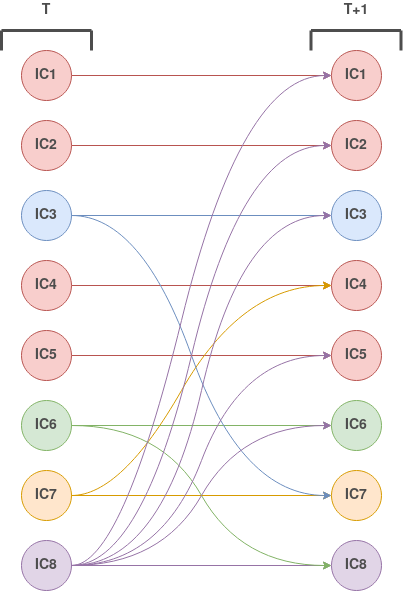
Above: res/brain_model.png in nihil21/neural-connectivity-bayesnet (draw.io), before the change. Source tidied: cells renumbered, new cells last; positions are measured from the earlier drawing's top-left corner, leaving out a move shared by most shapes.
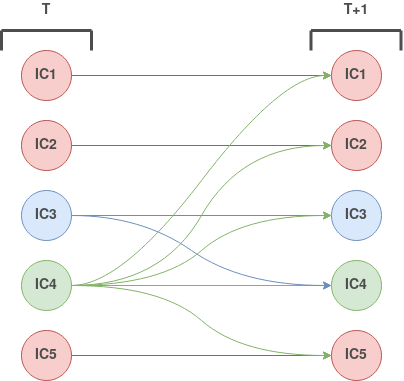
The same file after the commit.

What changed in the source:
```diff
@@ -14,10 +14,10 @@
     <mxCell id="5" value="&lt;div&gt;&lt;font style=&quot;font-size: 14px&quot; color=&quot;#4D4D4D&quot;&gt;&lt;b&gt;IC2&lt;/b&gt;&lt;/font&gt;&lt;/div&gt;" style="ellipse;whiteSpace=wrap;html=1;fillColor=#f8cecc;strokeColor=#b85450;" parent="1" vertex="1">
       <mxGeometry x="20" y="120" width="50" height="50" as="geometry" />
     </mxCell>
-    <mxCell id="6" style="edgeStyle=orthogonalEdgeStyle;rounded=0;jettySize=auto;html=1;exitX=1;exitY=0.5;exitDx=0;exitDy=0;entryX=0;entryY=0.5;entryDx=0;entryDy=0;fontColor=#FFFFFF;fillColor=#f8cecc;strokeColor=#b85450;" parent="1" edge="1" source="7" target="20">
+    <mxCell id="6" style="edgeStyle=orthogonalEdgeStyle;rounded=0;jettySize=auto;html=1;exitX=1;exitY=0.5;exitDx=0;exitDy=0;entryX=0;entryY=0.5;entryDx=0;entryDy=0;fontColor=#FFFFFF;fillColor=#d5e8d4;strokeColor=#82b366;" parent="1" edge="1" source="7" target="20">
       <mxGeometry relative="1" as="geometry" />
     </mxCell>
-    <mxCell id="7" value="&lt;font style=&quot;font-size: 14px&quot; color=&quot;#4D4D4D&quot;&gt;&lt;b&gt;IC4&lt;/b&gt;&lt;/font&gt;" style="ellipse;whiteSpace=wrap;html=1;fillColor=#f8cecc;strokeColor=#b85450;" parent="1" vertex="1">
+    <mxCell id="7" value="&lt;font style=&quot;font-size: 14px&quot; color=&quot;#4D4D4D&quot;&gt;&lt;b&gt;IC4&lt;/b&gt;&lt;/font&gt;" style="ellipse;whiteSpace=wrap;html=1;fillColor=#d5e8d4;strokeColor=#82b366;" parent="1" vertex="1">
       <mxGeometry x="20" y="260" width="50" height="50" as="geometry" />
     </mxCell>
     <mxCell id="8" style="edgeStyle=orthogonalEdgeStyle;rounded=0;jettySize=auto;html=1;exitX=1;exitY=0.5;exitDx=0;exitDy=0;entryX=0;entryY=0.5;entryDx=0;entryDy=0;fontColor=#FFFFFF;fillColor=#dae8fc;strokeColor=#6c8ebf;" parent="1" edge="1" source="9" target="21">
@@ -26,54 +26,27 @@
     <mxCell id="9" value="&lt;font style=&quot;font-size: 14px&quot; color=&quot;#4D4D4D&quot;&gt;&lt;b&gt;IC3&lt;/b&gt;&lt;/font&gt;" style="ellipse;whiteSpace=wrap;html=1;fillColor=#dae8fc;strokeColor=#6c8ebf;" parent="1" vertex="1">
       <mxGeometry x="20" y="190" width="50" height="50" as="geometry" />
     </mxCell>
-    <mxCell id="10" style="edgeStyle=orthogonalEdgeStyle;rounded=0;jettySize=auto;html=1;exitX=1;exitY=0.5;exitDx=0;exitDy=0;entryX=0;entryY=0.5;entryDx=0;entryDy=0;fontColor=#FFFFFF;fillColor=#d5e8d4;strokeColor=#82b366;" parent="1" edge="1" source="11" target="22">
-      <mxGeometry relative="1" as="geometry" />
-    </mxCell>
-    <mxCell id="11" value="&lt;font style=&quot;font-size: 14px&quot; color=&quot;#4D4D4D&quot;&gt;&lt;b&gt;IC6&lt;/b&gt;&lt;/font&gt;" style="ellipse;whiteSpace=wrap;html=1;fillColor=#d5e8d4;strokeColor=#82b366;" parent="1" vertex="1">
-      <mxGeometry x="20" y="400" width="50" height="50" as="geometry" />
-    </mxCell>
     <mxCell id="12" style="edgeStyle=orthogonalEdgeStyle;rounded=0;jettySize=auto;html=1;exitX=1;exitY=0.5;exitDx=0;exitDy=0;entryX=0;entryY=0.5;entryDx=0;entryDy=0;fontColor=#FFFFFF;fillColor=#f8cecc;strokeColor=#b85450;" parent="1" edge="1" source="13" target="23">
       <mxGeometry relative="1" as="geometry" />
     </mxCell>
     <mxCell id="13" value="&lt;font style=&quot;font-size: 14px&quot; color=&quot;#4D4D4D&quot;&gt;&lt;b&gt;IC5&lt;/b&gt;&lt;/font&gt;" style="ellipse;whiteSpace=wrap;html=1;fillColor=#f8cecc;strokeColor=#b85450;" parent="1" vertex="1">
       <mxGeometry x="20" y="330" width="50" height="50" as="geometry" />
     </mxCell>
-    <mxCell id="14" style="edgeStyle=orthogonalEdgeStyle;rounded=0;jettySize=auto;html=1;exitX=1;exitY=0.5;exitDx=0;exitDy=0;entryX=0;entryY=0.5;entryDx=0;entryDy=0;fontColor=#FFFFFF;fillColor=#ffe6cc;strokeColor=#d79b00;" parent="1" edge="1" source="15" target="24">
-      <mxGeometry relative="1" as="geometry" />
-    </mxCell>
-    <mxCell id="15" value="&lt;font style=&quot;font-size: 14px&quot; color=&quot;#4D4D4D&quot;&gt;&lt;b&gt;IC7&lt;/b&gt;&lt;/font&gt;" style="ellipse;whiteSpace=wrap;html=1;fillColor=#ffe6cc;strokeColor=#d79b00;" parent="1" vertex="1">
-      <mxGeometry x="20" y="470" width="50" height="50" as="geometry" />
-    </mxCell>
-    <mxCell id="16" style="edgeStyle=orthogonalEdgeStyle;rounded=0;jettySize=auto;html=1;exitX=1;exitY=0.5;exitDx=0;exitDy=0;entryX=0;entryY=0.5;entryDx=0;entryDy=0;fontColor=#FFFFFF;fillColor=#e1d5e7;strokeColor=#9673a6;" parent="1" edge="1" source="17" target="25">
-      <mxGeometry relative="1" as="geometry" />
-    </mxCell>
-    <mxCell id="17" value="&lt;font style=&quot;font-size: 14px&quot; color=&quot;#4D4D4D&quot;&gt;&lt;b&gt;IC8&lt;/b&gt;&lt;/font&gt;" style="ellipse;whiteSpace=wrap;html=1;fillColor=#e1d5e7;strokeColor=#9673a6;" parent="1" vertex="1">
-      <mxGeometry x="20" y="540" width="50" height="50" as="geometry" />
-    </mxCell>
     <mxCell id="18" value="&lt;font style=&quot;font-size: 14px&quot; color=&quot;#4D4D4D&quot;&gt;&lt;b&gt;IC1&lt;/b&gt;&lt;/font&gt;" style="ellipse;whiteSpace=wrap;html=1;strokeWidth=1;fillColor=#f8cecc;strokeColor=#b85450;" parent="1" vertex="1">
       <mxGeometry x="330" y="50" width="50" height="50" as="geometry" />
     </mxCell>
     <mxCell id="19" value="&lt;div&gt;&lt;font style=&quot;font-size: 14px&quot; color=&quot;#4D4D4D&quot;&gt;&lt;b&gt;IC2&lt;/b&gt;&lt;/font&gt;&lt;/div&gt;" style="ellipse;whiteSpace=wrap;html=1;fillColor=#f8cecc;strokeColor=#b85450;" parent="1" vertex="1">
       <mxGeometry x="330" y="120" width="50" height="50" as="geometry" />
     </mxCell>
-    <mxCell id="20" value="&lt;font style=&quot;font-size: 14px&quot; color=&quot;#4D4D4D&quot;&gt;&lt;b&gt;IC4&lt;/b&gt;&lt;/font&gt;" style="ellipse;whiteSpace=wrap;html=1;fillColor=#f8cecc;strokeColor=#b85450;" parent="1" vertex="1">
+    <mxCell id="20" value="&lt;font style=&quot;font-size: 14px&quot; color=&quot;#4D4D4D&quot;&gt;&lt;b&gt;IC4&lt;/b&gt;&lt;/font&gt;" style="ellipse;whiteSpace=wrap;html=1;fillColor=#d5e8d4;strokeColor=#82b366;" parent="1" vertex="1">
       <mxGeometry x="330" y="260" width="50" height="50" as="geometry" />
     </mxCell>
     <mxCell id="21" value="&lt;font style=&quot;font-size: 14px&quot; color=&quot;#4D4D4D&quot;&gt;&lt;b&gt;IC3&lt;/b&gt;&lt;/font&gt;" style="ellipse;whiteSpace=wrap;html=1;fillColor=#dae8fc;strokeColor=#6c8ebf;" parent="1" vertex="1">
       <mxGeometry x="330" y="190" width="50" height="50" as="geometry" />
     </mxCell>
-    <mxCell id="22" value="&lt;font style=&quot;font-size: 14px&quot; color=&quot;#4D4D4D&quot;&gt;&lt;b&gt;IC6&lt;/b&gt;&lt;/font&gt;" style="ellipse;whiteSpace=wrap;html=1;fillColor=#d5e8d4;strokeColor=#82b366;" parent="1" vertex="1">
-      <mxGeometry x="330" y="400" width="50" height="50" as="geometry" />
-    </mxCell>
     <mxCell id="23" value="&lt;font style=&quot;font-size: 14px&quot; color=&quot;#4D4D4D&quot;&gt;&lt;b&gt;IC5&lt;/b&gt;&lt;/font&gt;" style="ellipse;whiteSpace=wrap;html=1;fillColor=#f8cecc;strokeColor=#b85450;" parent="1" vertex="1">
       <mxGeometry x="330" y="330" width="50" height="50" as="geometry" />
     </mxCell>
-    <mxCell id="24" value="&lt;font style=&quot;font-size: 14px&quot; color=&quot;#4D4D4D&quot;&gt;&lt;b&gt;IC7&lt;/b&gt;&lt;/font&gt;" style="ellipse;whiteSpace=wrap;html=1;fillColor=#ffe6cc;strokeColor=#d79b00;" parent="1" vertex="1">
-      <mxGeometry x="330" y="470" width="50" height="50" as="geometry" />
-    </mxCell>
-    <mxCell id="25" value="&lt;font style=&quot;font-size: 14px&quot; color=&quot;#4D4D4D&quot;&gt;&lt;b&gt;IC8&lt;/b&gt;&lt;/font&gt;" style="ellipse;whiteSpace=wrap;html=1;fillColor=#e1d5e7;strokeColor=#9673a6;" parent="1" vertex="1">
-      <mxGeometry x="330" y="540" width="50" height="50" as="geometry" />
-    </mxCell>
     <mxCell id="26" style="endArrow=none;html=1;strokeWidth=3;fontColor=#4D4D4D;strokeColor=#4D4D4D;" parent="1" edge="1">
       <mxGeometry relative="1" as="geometry">
         <mxPoint y="50" as="sourcePoint" />
@@ -116,69 +89,45 @@
     <mxCell id="33" value="&lt;font style=&quot;font-size: 14px&quot;&gt;&lt;b&gt;T&lt;/b&gt;&lt;/font&gt;&lt;b&gt;&lt;font style=&quot;font-size: 14px&quot;&gt;+1&lt;/font&gt;&lt;/b&gt;" style="text;html=1;strokeColor=none;fillColor=none;align=center;verticalAlign=middle;whiteSpace=wrap;rounded=0;fontColor=#4D4D4D;" parent="1" vertex="1">
       <mxGeometry x="335" width="40" height="20" as="geometry" />
     </mxCell>
-    <mxCell id="34" style="curved=1;endArrow=classic;html=1;exitX=1;exitY=0.5;exitDx=0;exitDy=0;entryX=0;entryY=0.5;entryDx=0;entryDy=0;fillColor=#ffe6cc;strokeColor=#d79b00;" parent="1" edge="1" source="15" target="20">
-      <mxGeometry relative="1" as="geometry">
-        <Array as="points">
-          <mxPoint x="120" y="495" />
-          <mxPoint x="240" y="285" />
-        </Array>
-      </mxGeometry>
-    </mxCell>
-    <mxCell id="35" style="curved=1;endArrow=classic;html=1;entryX=0;entryY=0.5;entryDx=0;entryDy=0;fillColor=#dae8fc;strokeColor=#6c8ebf;exitX=1;exitY=0.5;exitDx=0;exitDy=0;" parent="1" edge="1" source="9" target="24">
+    <mxCell id="35" style="curved=1;endArrow=classic;html=1;entryX=0;entryY=0.5;entryDx=0;entryDy=0;fillColor=#dae8fc;strokeColor=#6c8ebf;exitX=1;exitY=0.5;exitDx=0;exitDy=0;" parent="1" edge="1" source="9" target="20">
       <mxGeometry relative="1" as="geometry">
         <Array as="points">
           <mxPoint x="140" y="215" />
-          <mxPoint x="240" y="495" />
+          <mxPoint x="240" y="285" />
         </Array>
       </mxGeometry>
     </mxCell>
-    <mxCell id="36" style="curved=1;endArrow=classic;html=1;exitX=1;exitY=0.5;exitDx=0;exitDy=0;entryX=0;entryY=0.5;entryDx=0;entryDy=0;fillColor=#d5e8d4;strokeColor=#82b366;" parent="1" edge="1" source="11" target="25">
-      <mxGeometry relative="1" as="geometry">
-        <Array as="points">
-          <mxPoint x="160" y="425" />
-          <mxPoint x="240" y="565" />
-        </Array>
-      </mxGeometry>
-    </mxCell>
-    <mxCell id="37" style="curved=1;endArrow=classic;html=1;exitX=1;exitY=0.5;exitDx=0;exitDy=0;entryX=0;entryY=0.5;entryDx=0;entryDy=0;fillColor=#e1d5e7;strokeColor=#9673a6;" parent="1" edge="1" source="17" target="18">
-      <mxGeometry relative="1" as="geometry">
-        <Array as="points">
-          <mxPoint x="120" y="565" />
-          <mxPoint x="240" y="75" />
-        </Array>
-      </mxGeometry>
-    </mxCell>
-    <mxCell id="38" style="curved=1;endArrow=classic;html=1;exitX=1;exitY=0.5;exitDx=0;exitDy=0;entryX=0;entryY=0.5;entryDx=0;entryDy=0;fillColor=#e1d5e7;strokeColor=#9673a6;" parent="1" edge="1" source="17" target="19">
-      <mxGeometry relative="1" as="geometry">
-        <Array as="points">
-          <mxPoint x="140" y="565" />
-          <mxPoint x="240" y="145" />
-        </Array>
-      </mxGeometry>
-    </mxCell>
-    <mxCell id="39" style="curved=1;endArrow=classic;html=1;exitX=1;exitY=0.5;exitDx=0;exitDy=0;entryX=0;entryY=0.5;entryDx=0;entryDy=0;fillColor=#e1d5e7;strokeColor=#9673a6;" parent="1" edge="1" source="17" target="21">
-      <mxGeometry relative="1" as="geometry">
-        <Array as="points">
-          <mxPoint x="160" y="565" />
-          <mxPoint x="240" y="215" />
-        </Array>
-      </mxGeometry>
-    </mxCell>
-    <mxCell id="40" style="curved=1;endArrow=classic;html=1;exitX=1;exitY=0.5;exitDx=0;exitDy=0;entryX=0;entryY=0.5;entryDx=0;entryDy=0;fillColor=#e1d5e7;strokeColor=#9673a6;" parent="1" edge="1" source="17" target="23">
-      <mxGeometry relative="1" as="geometry">
-        <Array as="points">
-          <mxPoint x="160" y="565" />
-          <mxPoint x="240" y="355" />
-        </Array>
-      </mxGeometry>
-    </mxCell>
-    <mxCell id="41" style="curved=1;endArrow=classic;html=1;exitX=1;exitY=0.5;exitDx=0;exitDy=0;entryX=0;entryY=0.5;entryDx=0;entryDy=0;fillColor=#e1d5e7;strokeColor=#9673a6;" parent="1" edge="1" source="17" target="22">
-      <mxGeometry relative="1" as="geometry">
-        <Array as="points">
-          <mxPoint x="160" y="565" />
-          <mxPoint x="240" y="425" />
-        </Array>
-      </mxGeometry>
-    </mxCell>
+    <mxCell id="42" style="curved=1;endArrow=classic;html=1;entryX=0;entryY=0.5;entryDx=0;entryDy=0;fillColor=#d5e8d4;strokeColor=#82b366;exitX=1;exitY=0.5;exitDx=0;exitDy=0;" parent="1" edge="1" source="7" target="18">
+      <mxGeometry relative="1" as="geometry">
+        <Array as="points">
+          <mxPoint x="120" y="285" />
+          <mxPoint x="280" y="75" />
+        </Array>
+      </mxGeometry>
+    </mxCell>
+    <mxCell id="43" style="curved=1;endArrow=classic;html=1;entryX=0;entryY=0.5;entryDx=0;entryDy=0;fillColor=#d5e8d4;strokeColor=#82b366;exitX=1;exitY=0.5;exitDx=0;exitDy=0;" parent="1" edge="1" source="7" target="19">
+      <mxGeometry relative="1" as="geometry">
+        <Array as="points">
+          <mxPoint x="160" y="285" />
+          <mxPoint x="240" y="145" />
+        </Array>
+      </mxGeometry>
+    </mxCell>
+    <mxCell id="44" style="curved=1;endArrow=classic;html=1;entryX=0;entryY=0.5;entryDx=0;entryDy=0;fillColor=#d5e8d4;strokeColor=#82b366;exitX=1;exitY=0.5;exitDx=0;exitDy=0;" parent="1" edge="1" source="7" target="21">
+      <mxGeometry relative="1" as="geometry">
+        <Array as="points">
+          <mxPoint x="160" y="285" />
+          <mxPoint x="240" y="215" />
+        </Array>
+      </mxGeometry>
+    </mxCell>
+    <mxCell id="45" style="curved=1;endArrow=classic;html=1;entryX=0;entryY=0.5;entryDx=0;entryDy=0;fillColor=#d5e8d4;strokeColor=#82b366;exitX=1;exitY=0.5;exitDx=0;exitDy=0;" parent="1" edge="1" source="7" target="23">
+      <mxGeometry relative="1" as="geometry">
+        <Array as="points">
+          <mxPoint x="160" y="285" />
+          <mxPoint x="240" y="355" />
+        </Array>
+      </mxGeometry>
+    </mxCell>
   </root>
 </mxGraphModel>
```
